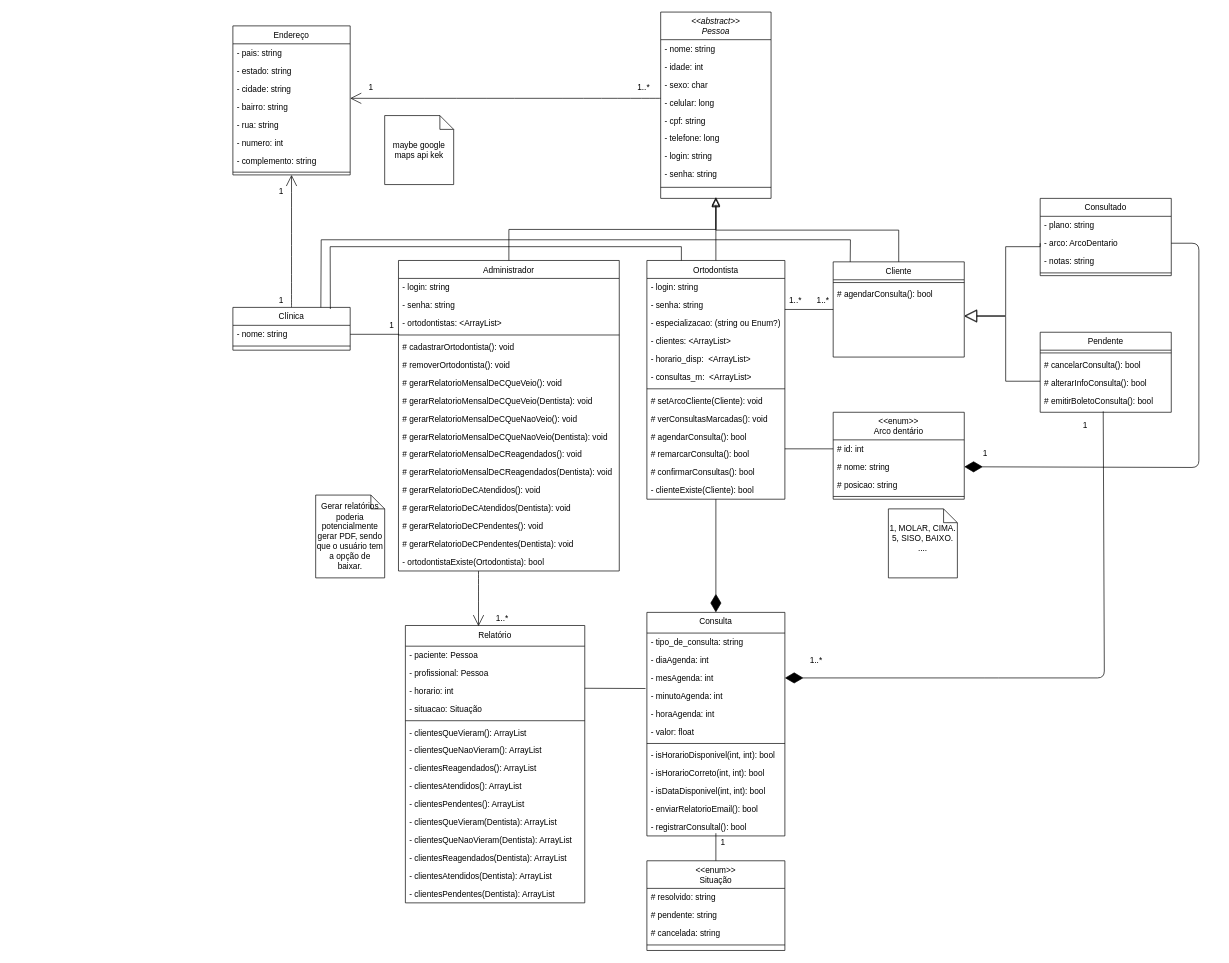
Above: page "Classes (development)" (2 of 2) of trabalho_four/diagrama_uml/proj_f(3)(1)(1)(1)(1)(1).drawio in alverad-katsuro/atividades_prog_two (draw.io), before the change. Source tidied: cells renumbered, new cells numbered last; positions are measured from the earlier drawing's top-left corner, leaving out a move shared by most shapes. Both pictures are drawn from the tidied source at 69%, with x=0, y=0 at pixel (233, 12).
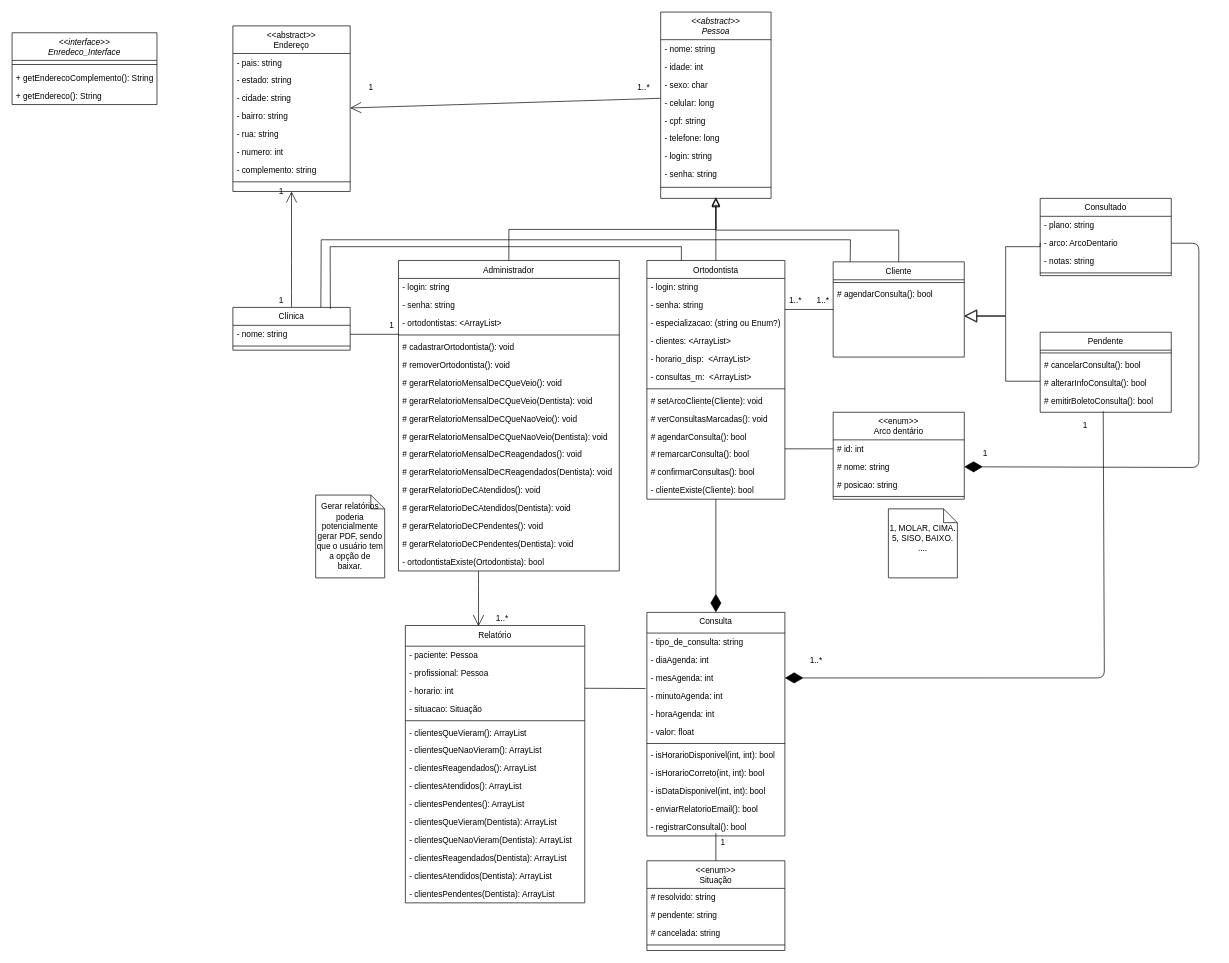
Above is the later version.

Change to the diagram source:
```diff
@@
-    <mxCell id="52" value="Endereço" style="swimlane;fontStyle=0;align=center;verticalAlign=top;horizontal=1;startSize=26;rounded=0;shadow=0;strokeWidth=1;" parent="1" vertex="1">
-      <mxGeometry y="20" width="170" height="216" as="geometry" />
+    <mxCell id="52" value="&lt;&lt;abstract&gt;&gt;&#10;Endereço" style="swimlane;fontStyle=0;align=center;verticalAlign=top;horizontal=1;startSize=40;rounded=0;shadow=0;strokeWidth=1;" parent="1" vertex="1">
+      <mxGeometry y="20" width="170" height="240" as="geometry" />
     </mxCell>
     <mxCell id="53" value="- pais: string" style="text;align=left;verticalAlign=top;spacingLeft=4;spacingRight=4;overflow=hidden;" parent="52" vertex="1">
-      <mxGeometry y="26" width="170" height="26" as="geometry" />
+      <mxGeometry y="40" width="170" height="26" as="geometry" />
     </mxCell>
     <mxCell id="54" value="- estado: string" style="text;align=left;verticalAlign=top;spacingLeft=4;spacingRight=4;overflow=hidden;" parent="52" vertex="1">
-      <mxGeometry y="52" width="170" height="26" as="geometry" />
+      <mxGeometry y="66" width="170" height="26" as="geometry" />
     </mxCell>
     <mxCell id="55" value="- cidade: string" style="text;align=left;verticalAlign=top;spacingLeft=4;spacingRight=4;overflow=hidden;" parent="52" vertex="1">
-      <mxGeometry y="78" width="170" height="26" as="geometry" />
+      <mxGeometry y="92" width="170" height="26" as="geometry" />
     </mxCell>
     <mxCell id="56" value="- bairro: string" style="text;align=left;verticalAlign=top;spacingLeft=4;spacingRight=4;overflow=hidden;points=[[0,0.5],[1,0.5]];portConstraint=eastwest;" parent="52" vertex="1">
-      <mxGeometry y="104" width="170" height="26" as="geometry" />
+      <mxGeometry y="118" width="170" height="26" as="geometry" />
     </mxCell>
     <mxCell id="57" value="- rua: string" style="text;align=left;verticalAlign=top;spacingLeft=4;spacingRight=4;overflow=hidden;" parent="52" vertex="1">
-      <mxGeometry y="130" width="170" height="26" as="geometry" />
+      <mxGeometry y="144" width="170" height="26" as="geometry" />
     </mxCell>
     <mxCell id="58" value="- numero: int" style="text;align=left;verticalAlign=top;spacingLeft=4;spacingRight=4;overflow=hidden;" parent="52" vertex="1">
-      <mxGeometry y="156" width="170" height="26" as="geometry" />
+      <mxGeometry y="170" width="170" height="26" as="geometry" />
     </mxCell>
     <mxCell id="59" value="- complemento: string" style="text;align=left;verticalAlign=top;spacingLeft=4;spacingRight=4;overflow=hidden;" parent="52" vertex="1">
-      <mxGeometry y="182" width="170" height="26" as="geometry" />
+      <mxGeometry y="196" width="170" height="26" as="geometry" />
     </mxCell>
     <mxCell id="60" style="line;html=1;strokeWidth=1;align=left;verticalAlign=middle;spacingTop=-1;spacingLeft=3;spacingRight=3;labelPosition=right;" parent="52" vertex="1">
-      <mxGeometry y="208" width="170" height="8" as="geometry" />
+      <mxGeometry y="222" width="170" height="8" as="geometry" />
     </mxCell>
@@
-    <mxCell id="105" value="maybe google maps api kek" style="shape=note;size=20;whiteSpace=wrap;html=1;" parent="1" vertex="1">
-      <mxGeometry x="220" y="150" width="100" height="100" as="geometry" />
-    </mxCell>
@@
+    <mxCell id="141" value="&lt;&lt;interface&gt;&gt;&#10;Enredeco_Interface" style="swimlane;fontStyle=2;align=center;verticalAlign=top;horizontal=1;startSize=40;rounded=0;shadow=0;strokeWidth=1;" parent="1" vertex="1">
+      <mxGeometry x="-320" y="30" width="210" height="104" as="geometry" />
+    </mxCell>
+    <mxCell id="142" style="line;html=1;strokeWidth=1;align=left;verticalAlign=middle;spacingTop=-1;spacingLeft=3;spacingRight=3;labelPosition=right;" parent="141" vertex="1">
+      <mxGeometry y="40" width="210" height="12" as="geometry" />
+    </mxCell>
+    <mxCell id="143" value="+ getEnderecoComplemento(): String" style="text;align=left;verticalAlign=top;spacingLeft=4;spacingRight=4;overflow=hidden;" parent="141" vertex="1">
+      <mxGeometry y="52" width="210" height="26" as="geometry" />
+    </mxCell>
+    <mxCell id="144" value="+ getEndereco(): String" style="text;align=left;verticalAlign=top;spacingLeft=4;spacingRight=4;overflow=hidden;" parent="141" vertex="1">
+      <mxGeometry y="78" width="210" height="26" as="geometry" />
+    </mxCell>
```
